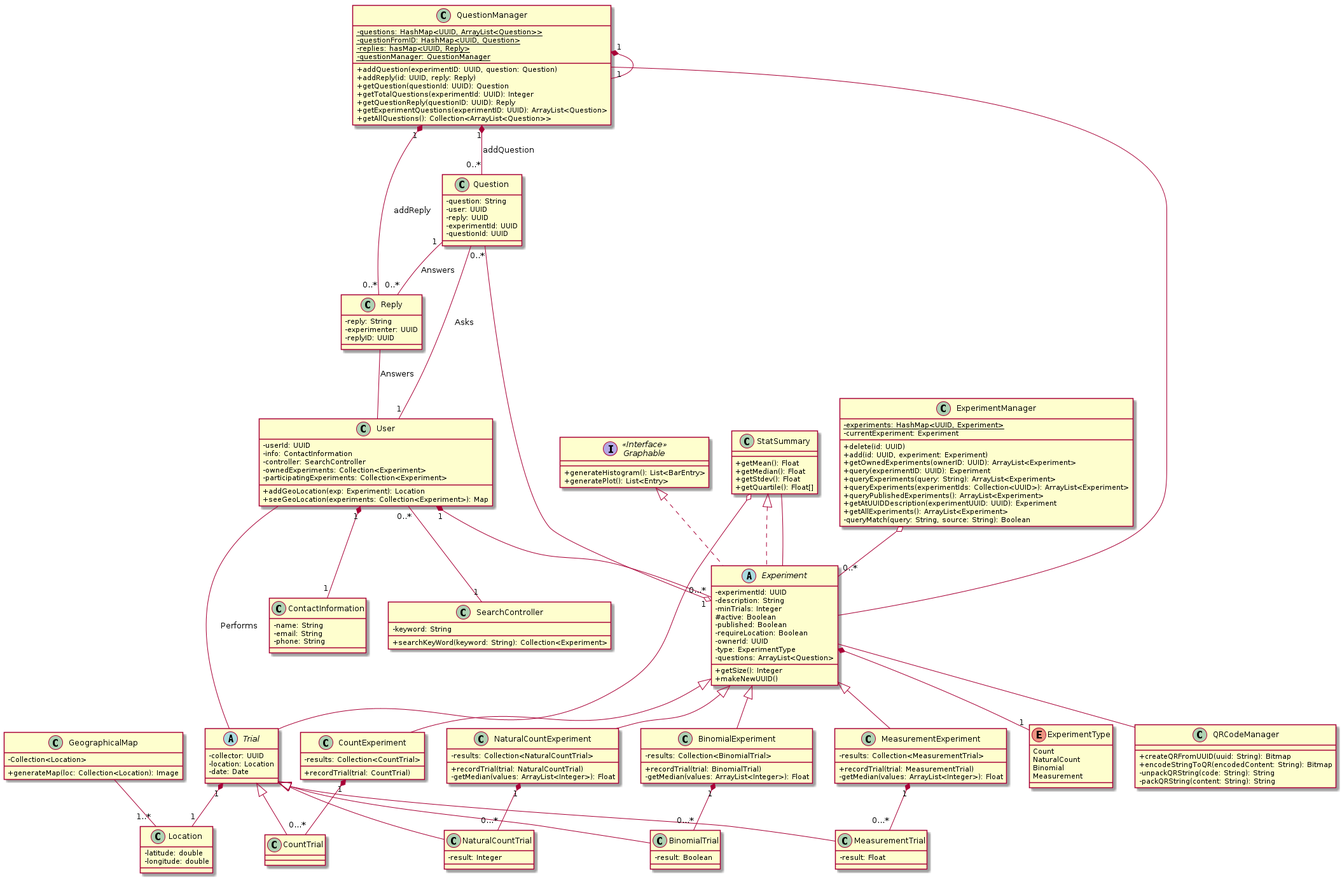
This is doc/uml/UML.png from CMPUT301W21T03/Experiment-Automata, a PlantUML export, as it was before one commit.
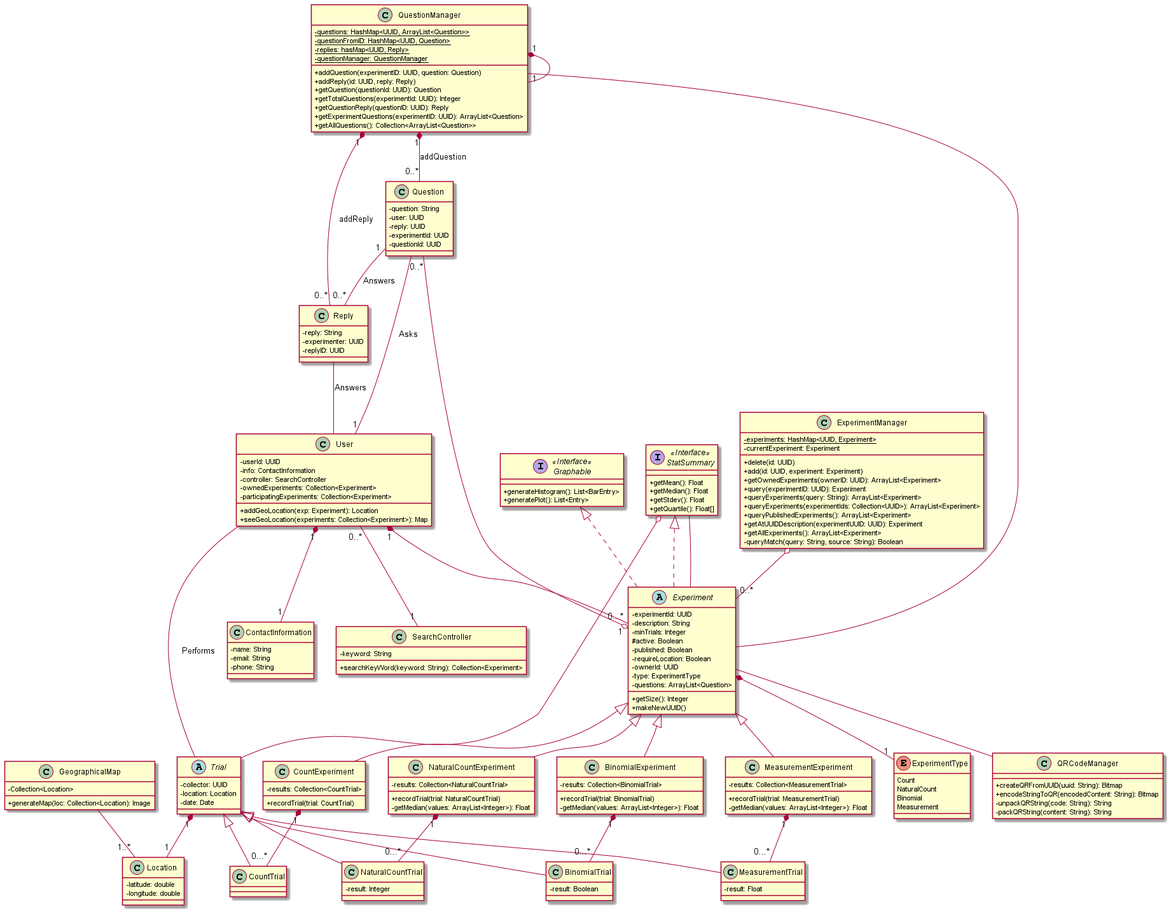
Later version of the same file.

Commit message:
Changing StatSummary from a class to interface in the UML to match the code

The edit, as a diff of the source:
```diff
@@ -121,7 +121,7 @@
 
 }
 
-class StatSummary {
+interface "StatSummary" as StatSummary <<Interface>> {
     +getMean(): Float
     +getMedian(): Float
     +getStdev(): Float
```
